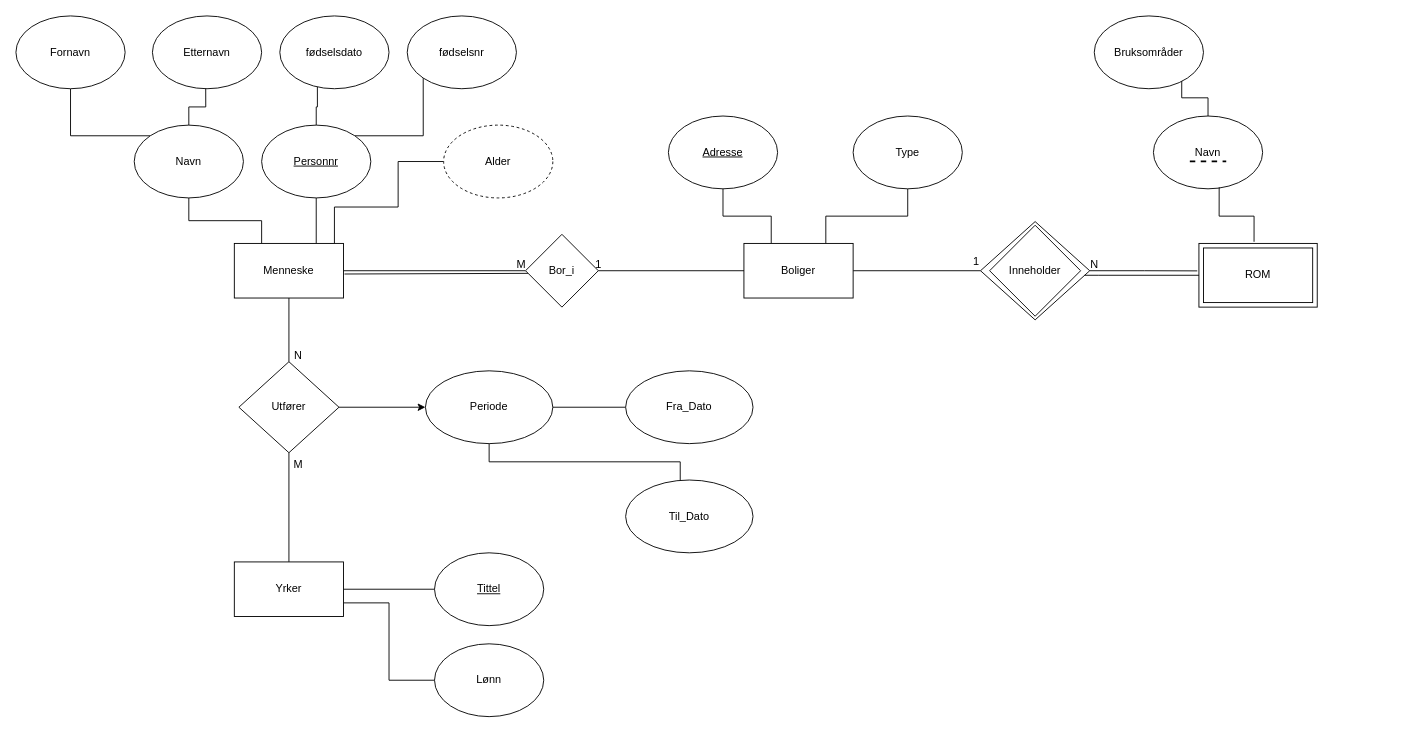
Hakonovrebo/Trix keeps this draw.io diagram as Untitled Diagram.drawio. Above is the earlier version. Source tidied: cells renumbered, new cells numbered last; positions are measured from the earlier drawing's top-left corner, leaving out a move shared by most shapes. Both pictures are drawn from the tidied source at 91%, with x=0, y=0 at pixel (15, 15).
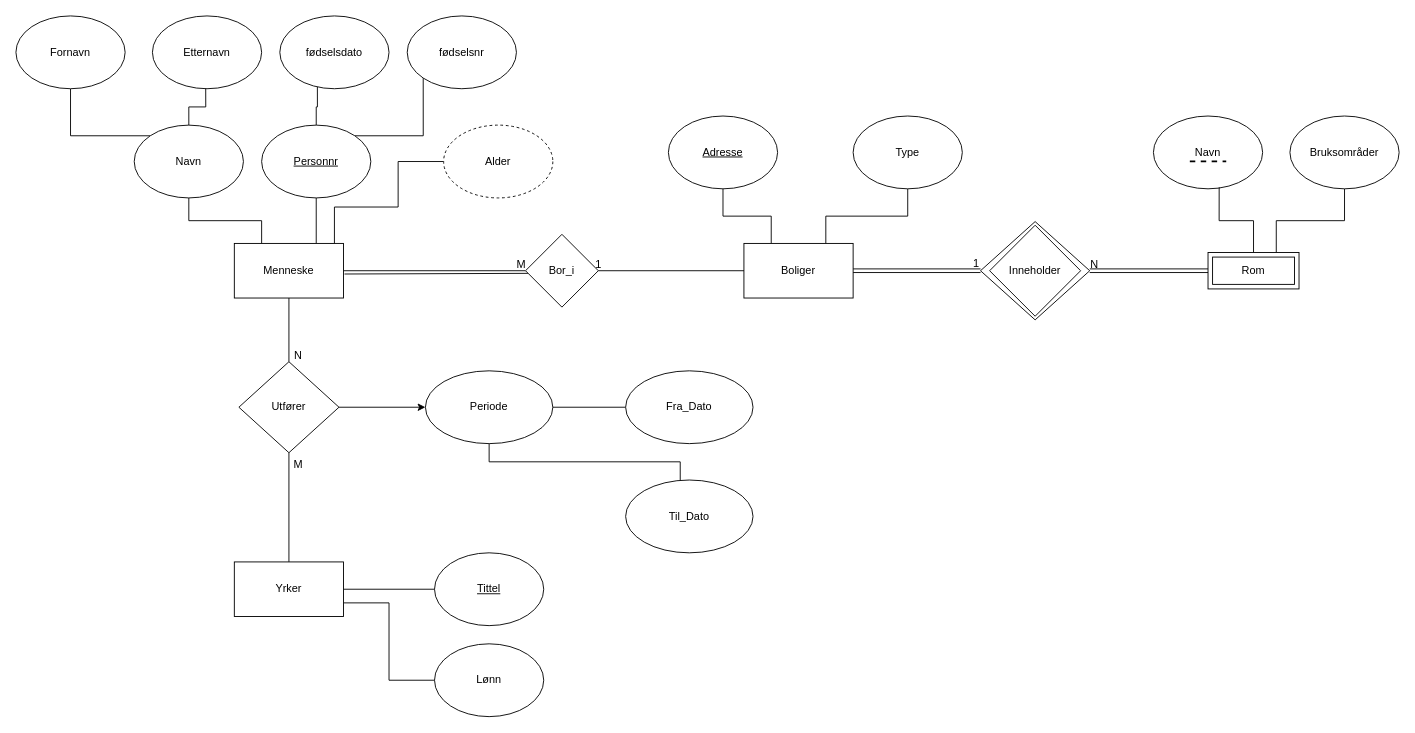
Above is the later version.

Unchanged cells that the change refers to:
```xml
<mxCell id="22" value="Boliger" style="rounded=0;whiteSpace=wrap;html=1;" parent="1" vertex="1">
  <mxGeometry x="800" y="250" width="120" height="60" as="geometry" />
</mxCell>
<mxCell id="30" value="Inneholder" style="rhombus;whiteSpace=wrap;html=1;" parent="1" vertex="1">
  <mxGeometry x="1060" y="226" width="120" height="108" as="geometry" />
</mxCell>
<mxCell id="33" value="Navn" style="ellipse;whiteSpace=wrap;html=1;perimeterSpacing=0;strokeColor=default;gradientColor=none;fillColor=default;" parent="1" vertex="1">
  <mxGeometry x="1250" y="110" width="120" height="80" as="geometry" />
</mxCell>
```

What changed in the source:
```diff
@@
-    <mxCell id="21" style="edgeStyle=orthogonalEdgeStyle;rounded=0;jettySize=auto;html=1;exitX=1;exitY=0.5;exitDx=0;exitDy=0;entryX=0;entryY=0.5;entryDx=0;entryDy=0;endArrow=none;endFill=0;" parent="1" edge="1" source="22" target="30">
-      <mxGeometry relative="1" as="geometry" />
-    </mxCell>
@@
-    <mxCell id="29" style="edgeStyle=orthogonalEdgeStyle;rounded=0;jettySize=auto;html=1;exitX=1;exitY=0.5;exitDx=0;exitDy=0;endArrow=none;endFill=0;entryX=-0.014;entryY=0.431;entryDx=0;entryDy=0;entryPerimeter=0;" parent="1" edge="1" source="30" target="38">
-      <mxGeometry relative="1" as="geometry" />
-    </mxCell>
@@
-    <mxCell id="31" value="1" style="text;html=1;align=center;verticalAlign=middle;strokeColor=none;fillColor=none;" parent="1" vertex="1">
-      <mxGeometry x="1040" y="255" width="30" height="30" as="geometry" />
-    </mxCell>
-    <mxCell id="32" style="edgeStyle=orthogonalEdgeStyle;rounded=0;jettySize=auto;html=1;exitX=0.5;exitY=0;exitDx=0;exitDy=0;entryX=0.801;entryY=0.877;entryDx=0;entryDy=0;entryPerimeter=0;endArrow=none;endFill=0;" parent="1" edge="1" source="33" target="41">
-      <mxGeometry relative="1" as="geometry" />
+    <mxCell id="32" style="edgeStyle=orthogonalEdgeStyle;rounded=0;jettySize=auto;html=1;exitX=0.75;exitY=0;exitDx=0;exitDy=0;entryX=0.5;entryY=1;entryDx=0;entryDy=0;endArrow=none;endFill=0;" parent="1" edge="1" source="58" target="41">
+      <mxGeometry relative="1" as="geometry">
+        <Array as="points">
+          <mxPoint x="1385" y="225" />
+          <mxPoint x="1460" y="225" />
+        </Array>
+      </mxGeometry>
     </mxCell>
@@
-    <mxCell id="34" style="edgeStyle=orthogonalEdgeStyle;rounded=0;jettySize=auto;html=1;exitX=0.466;exitY=-0.026;exitDx=0;exitDy=0;exitPerimeter=0;entryX=0.602;entryY=0.978;entryDx=0;entryDy=0;entryPerimeter=0;endArrow=none;endFill=0;" parent="1" edge="1" source="38" target="33">
+    <mxCell id="34" style="edgeStyle=orthogonalEdgeStyle;rounded=0;jettySize=auto;html=1;exitX=0.5;exitY=0;exitDx=0;exitDy=0;entryX=0.602;entryY=0.978;entryDx=0;entryDy=0;entryPerimeter=0;endArrow=none;endFill=0;" parent="1" edge="1" source="58" target="33">
       <mxGeometry relative="1" as="geometry" />
     </mxCell>
@@
-    <mxCell id="36" style="rounded=0;whiteSpace=wrap;html=1;" parent="1" vertex="1">
-      <mxGeometry x="1305" y="255" width="120" height="60" as="geometry" />
-    </mxCell>
-    <mxCell id="37" style="edgeStyle=orthogonalEdgeStyle;rounded=0;jettySize=auto;html=1;exitX=0;exitY=0.5;exitDx=0;exitDy=0;endArrow=none;endFill=0;" parent="1" edge="1" source="38" target="30">
-      <mxGeometry relative="1" as="geometry">
-        <Array as="points">
-          <mxPoint x="1190" y="285" />
-          <mxPoint x="1190" y="285" />
-        </Array>
-      </mxGeometry>
-    </mxCell>
-    <mxCell id="38" value="ROM" style="rounded=0;whiteSpace=wrap;html=1;fillColor=none;" parent="1" vertex="1">
-      <mxGeometry x="1300" y="250" width="130" height="70" as="geometry" />
-    </mxCell>
@@
     <mxCell id="41" value="Bruksområder" style="ellipse;whiteSpace=wrap;html=1;" parent="1" vertex="1">
-      <mxGeometry x="1185" width="120" height="80" as="geometry" />
+      <mxGeometry x="1400" y="110" width="120" height="80" as="geometry" />
     </mxCell>
@@
+    <mxCell id="58" value="Rom" style="shape=ext;margin=3;double=1;whiteSpace=wrap;html=1;align=center;" parent="1" vertex="1">
+      <mxGeometry x="1310" y="260" width="100" height="40" as="geometry" />
+    </mxCell>
+    <mxCell id="59" style="shape=link;html=1;rounded=0;entryX=0;entryY=0.5;entryDx=0;entryDy=0;" parent="1" edge="1" source="30" target="58">
+      <mxGeometry relative="1" as="geometry" />
+    </mxCell>
+    <mxCell id="60" style="html=1;whiteSpace=wrap;align=right;verticalAlign=bottom;" parent="59" vertex="1">
+      <mxGeometry x="1" relative="1" as="geometry" />
+    </mxCell>
+    <mxCell id="21" style="shape=link;html=1;rounded=0;entryX=0;entryY=0.5;entryDx=0;entryDy=0;exitX=1;exitY=0.5;exitDx=0;exitDy=0;" parent="1" edge="1" source="22" target="30">
+      <mxGeometry relative="1" as="geometry" />
+    </mxCell>
+    <mxCell id="31" value="1" style="html=1;whiteSpace=wrap;align=right;verticalAlign=bottom;" parent="21" vertex="1">
+      <mxGeometry x="1" relative="1" as="geometry" />
+    </mxCell>
```
